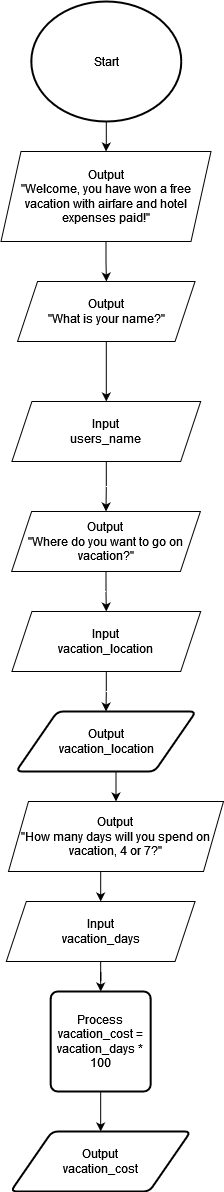
Earlier version of the draw.io export PNG Module 2: Flowchart & Pseudocode Design.drawio.png (DKCisco/CSC119C03-Intro.-to-Programming). Source tidied: cells renumbered, new cells last; positions are measured from the earlier drawing's top-left corner, leaving out a move shared by most shapes.
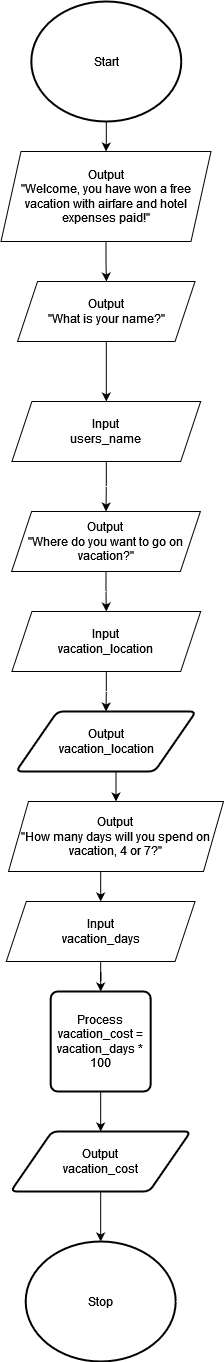
After the change.

Change to the diagram source:
```diff
@@ -62,8 +62,14 @@
     <mxCell id="21" value="&lt;div&gt;Input &lt;br&gt;&lt;/div&gt;&lt;div&gt;vacation_days&lt;/div&gt;" style="shape=parallelogram;perimeter=parallelogramPerimeter;whiteSpace=wrap;html=1;fixedSize=1;" parent="1" vertex="1">
       <mxGeometry x="4.8" y="900" width="188.8" height="60" as="geometry" />
     </mxCell>
+    <mxCell id="23" style="edgeStyle=orthogonalEdgeStyle;rounded=0;jettySize=auto;html=1;exitX=0.5;exitY=1;exitDx=0;exitDy=0;" parent="1" edge="1" source="22" target="24">
+      <mxGeometry relative="1" as="geometry" />
+    </mxCell>
     <mxCell id="22" value="Output&lt;br&gt;vacation_cost" style="shape=parallelogram;html=1;strokeWidth=2;perimeter=parallelogramPerimeter;whiteSpace=wrap;rounded=1;arcSize=12;size=0.23;" parent="1" vertex="1">
       <mxGeometry x="9.2" y="1130" width="180" height="60" as="geometry" />
     </mxCell>
+    <mxCell id="24" value="&lt;div&gt;Stop&lt;/div&gt;" style="strokeWidth=2;html=1;shape=mxgraph.flowchart.start_1;whiteSpace=wrap;" parent="1" vertex="1">
+      <mxGeometry x="24.2" y="1240" width="150" height="120" as="geometry" />
+    </mxCell>
   </root>
 </mxGraphModel>
```
